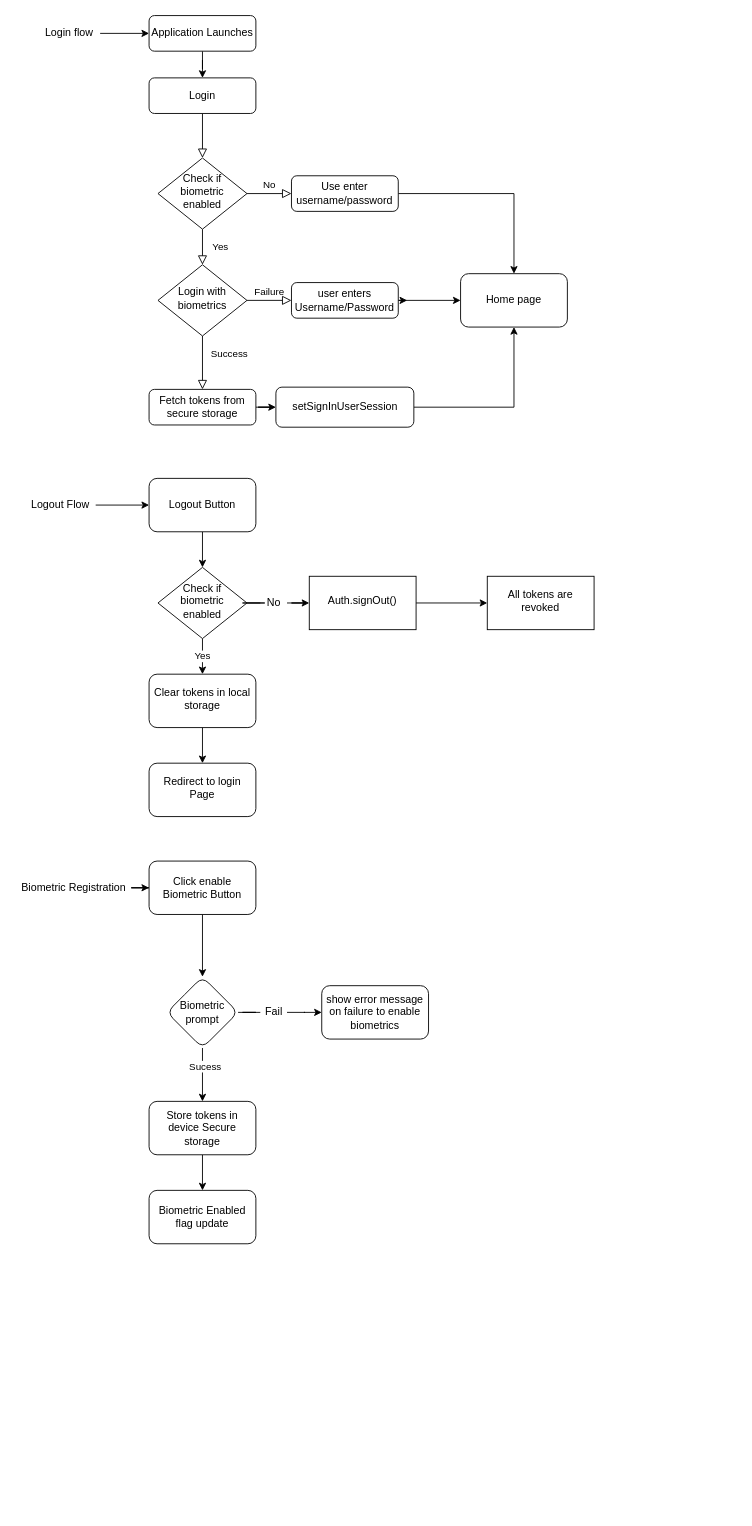
gnanadeep/flow keeps this draw.io diagram as Untitled Diagram.drawio. Above is the earlier version. Source tidied: cells renumbered, new cells numbered last; positions are measured from the earlier drawing's top-left corner, leaving out a move shared by most shapes. Both pictures are drawn from the tidied source at 89%, with x=0, y=0 at pixel (15, 15).
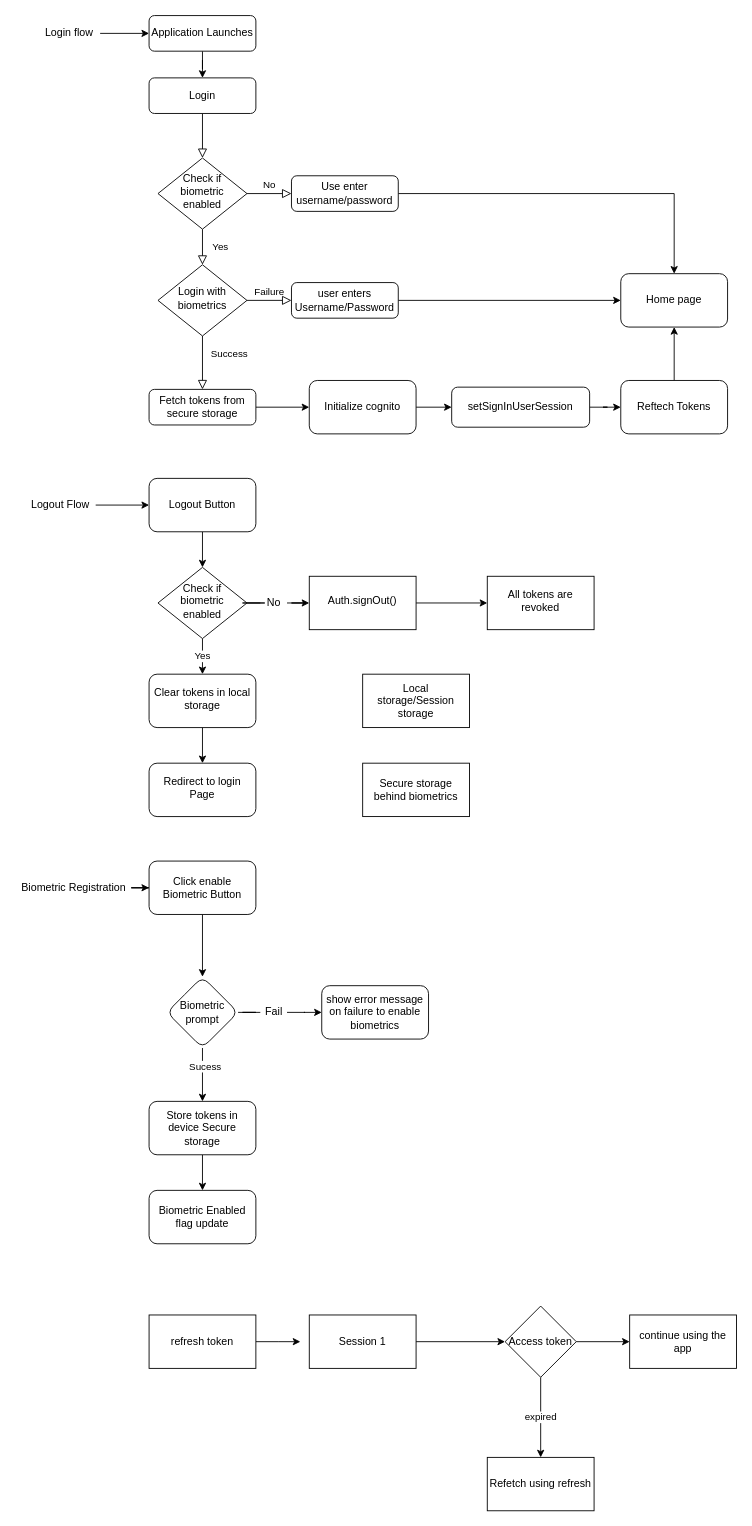
The same page after the edit.

Unchanged cells that the change refers to:
```xml
<mxCell id="13" value="Fetch tokens from secure storage" style="rounded=1;whiteSpace=wrap;html=1;fontSize=12;glass=0;strokeWidth=1;shadow=0;" parent="1" vertex="1">
  <mxGeometry x="150" y="420" width="120" height="40" as="geometry" />
</mxCell>
<mxCell id="16" value="user enters Username/Password" style="rounded=1;whiteSpace=wrap;html=1;fontSize=12;glass=0;strokeWidth=1;shadow=0;" parent="1" vertex="1">
  <mxGeometry x="310" y="300" width="120" height="40" as="geometry" />
</mxCell>
```

Diff of the diagram source:
```diff
@@
-    <mxCell id="12" style="edgeStyle=orthogonalEdgeStyle;rounded=0;jettySize=auto;html=1;" parent="1" edge="1" source="13" target="20">
-      <mxGeometry relative="1" as="geometry" />
-    </mxCell>
+    <mxCell id="53" style="edgeStyle=orthogonalEdgeStyle;rounded=0;jettySize=auto;html=1;" parent="1" edge="1" source="13" target="56">
+      <mxGeometry relative="1" as="geometry" />
+    </mxCell>
@@
-    <mxCell id="14" style="edgeStyle=orthogonalEdgeStyle;rounded=0;jettySize=auto;html=1;exitX=1;exitY=0.5;exitDx=0;exitDy=0;" parent="1" edge="1" source="16">
-      <mxGeometry relative="1" as="geometry">
-        <mxPoint x="440" y="319.7" as="targetPoint" />
-      </mxGeometry>
-    </mxCell>
@@
-    <mxCell id="19" style="edgeStyle=orthogonalEdgeStyle;rounded=0;jettySize=auto;html=1;entryX=0.5;entryY=1;entryDx=0;entryDy=0;" parent="1" edge="1" source="20" target="21">
-      <mxGeometry relative="1" as="geometry" />
-    </mxCell>
+    <mxCell id="54" style="edgeStyle=orthogonalEdgeStyle;rounded=0;jettySize=auto;html=1;" parent="1" edge="1" source="20" target="58">
+      <mxGeometry relative="1" as="geometry" />
+    </mxCell>
     <mxCell id="20" value="setSignInUserSession" style="whiteSpace=wrap;html=1;rounded=1;glass=0;strokeWidth=1;shadow=0;" parent="1" vertex="1">
-      <mxGeometry x="292.5" y="417.5" width="155" height="45" as="geometry" />
+      <mxGeometry x="490" y="417.5" width="155" height="45" as="geometry" />
     </mxCell>
     <mxCell id="21" value="Home page" style="rounded=1;whiteSpace=wrap;html=1;" parent="1" vertex="1">
-      <mxGeometry x="500" y="290" width="120" height="60" as="geometry" />
+      <mxGeometry x="680" y="290" width="120" height="60" as="geometry" />
     </mxCell>
@@
+    <mxCell id="55" style="edgeStyle=orthogonalEdgeStyle;rounded=0;jettySize=auto;html=1;" parent="1" edge="1" source="56" target="20">
+      <mxGeometry relative="1" as="geometry" />
+    </mxCell>
+    <mxCell id="56" value="Initialize cognito" style="whiteSpace=wrap;html=1;rounded=1;glass=0;strokeWidth=1;shadow=0;" parent="1" vertex="1">
+      <mxGeometry x="330" y="410" width="120" height="60" as="geometry" />
+    </mxCell>
+    <mxCell id="57" style="edgeStyle=orthogonalEdgeStyle;rounded=0;jettySize=auto;html=1;" parent="1" edge="1" source="58" target="21">
+      <mxGeometry relative="1" as="geometry" />
+    </mxCell>
+    <mxCell id="58" value="Reftech Tokens" style="whiteSpace=wrap;html=1;rounded=1;glass=0;strokeWidth=1;shadow=0;" parent="1" vertex="1">
+      <mxGeometry x="680" y="410" width="120" height="60" as="geometry" />
+    </mxCell>
+    <mxCell id="59" value="Local storage/Session storage" style="rounded=0;whiteSpace=wrap;html=1;" parent="1" vertex="1">
+      <mxGeometry x="390" y="740" width="120" height="60" as="geometry" />
+    </mxCell>
+    <mxCell id="60" value="Secure storage behind biometrics" style="rounded=0;whiteSpace=wrap;html=1;" parent="1" vertex="1">
+      <mxGeometry x="390" y="840" width="120" height="60" as="geometry" />
+    </mxCell>
+    <mxCell id="61" style="edgeStyle=orthogonalEdgeStyle;rounded=0;jettySize=auto;html=1;" parent="1" edge="1" source="62">
+      <mxGeometry relative="1" as="geometry">
+        <mxPoint x="320" y="1490" as="targetPoint" />
+      </mxGeometry>
+    </mxCell>
+    <mxCell id="62" value="refresh token" style="rounded=0;whiteSpace=wrap;html=1;" parent="1" vertex="1">
+      <mxGeometry x="150" y="1460" width="120" height="60" as="geometry" />
+    </mxCell>
+    <mxCell id="63" style="edgeStyle=orthogonalEdgeStyle;rounded=0;jettySize=auto;html=1;" parent="1" edge="1" source="64" target="67">
+      <mxGeometry relative="1" as="geometry" />
+    </mxCell>
+    <mxCell id="64" value="Session 1" style="rounded=0;whiteSpace=wrap;html=1;" parent="1" vertex="1">
+      <mxGeometry x="330" y="1460" width="120" height="60" as="geometry" />
+    </mxCell>
+    <mxCell id="65" value="expired" style="edgeStyle=orthogonalEdgeStyle;rounded=0;jettySize=auto;html=1;" parent="1" edge="1" source="67" target="68">
+      <mxGeometry relative="1" as="geometry" />
+    </mxCell>
+    <mxCell id="66" style="edgeStyle=orthogonalEdgeStyle;rounded=0;jettySize=auto;html=1;" parent="1" edge="1" source="67" target="69">
+      <mxGeometry relative="1" as="geometry" />
+    </mxCell>
+    <mxCell id="67" value="Access token" style="rhombus;whiteSpace=wrap;html=1;rounded=0;" parent="1" vertex="1">
+      <mxGeometry x="550" y="1450" width="80" height="80" as="geometry" />
+    </mxCell>
+    <mxCell id="68" value="Refetch using refresh" style="rounded=0;whiteSpace=wrap;html=1;" parent="1" vertex="1">
+      <mxGeometry x="530" y="1620" width="120" height="60" as="geometry" />
+    </mxCell>
+    <mxCell id="69" value="continue using the app" style="whiteSpace=wrap;html=1;rounded=0;" parent="1" vertex="1">
+      <mxGeometry x="690" y="1460" width="120" height="60" as="geometry" />
+    </mxCell>
```
